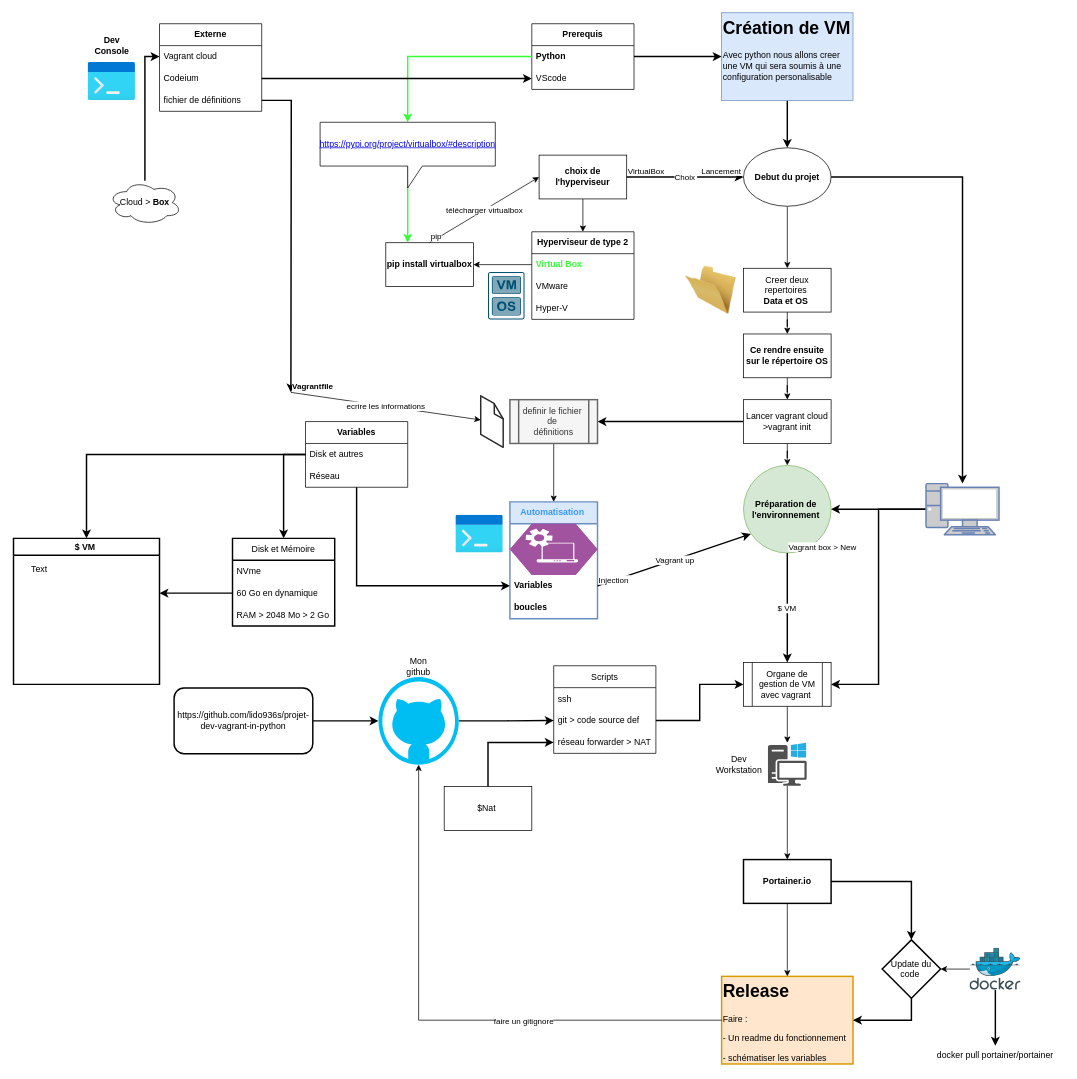
The draw.io diagram Infrastructure_Projet.drawio in lido936s/projet-dev-vagrant-in-python, before the edit. Source tidied: cells renumbered, new cells numbered last; positions are measured from the earlier drawing's top-left corner, leaving out a move shared by most shapes. Both pictures are drawn from the tidied source at 73%, with x=0, y=0 at pixel (13, 12).
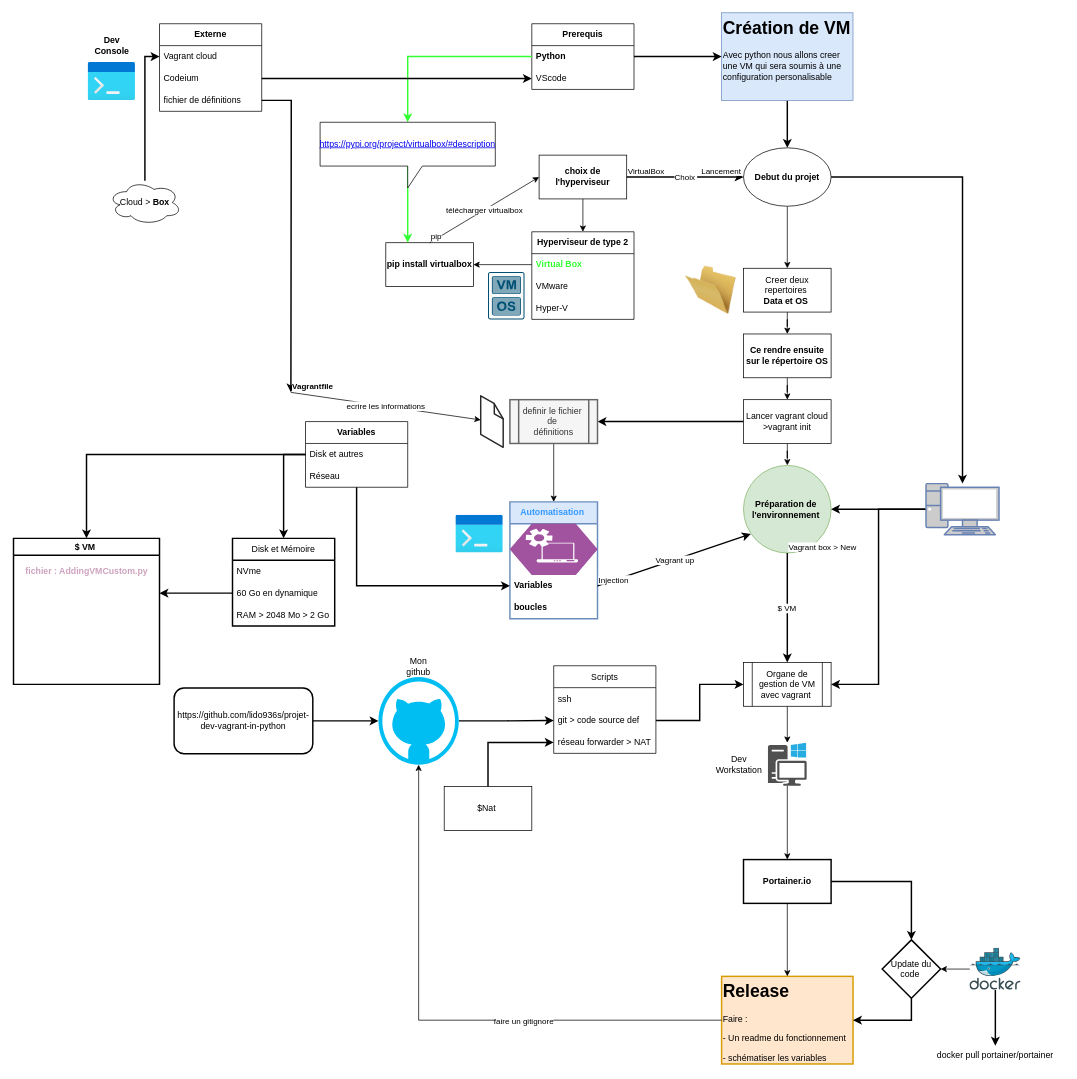
After the change.

Commit message:
Mettre à jour Infrastructure_Projet.drawio

The change refers to these unchanged cells:
```xml
<mxCell id="73" value="$ VM&amp;nbsp;" style="swimlane;whiteSpace=wrap;html=1;startSize=23;strokeWidth=2;" parent="1" vertex="1">
  <mxGeometry y="720" width="200" height="200" as="geometry" />
</mxCell>
```

Change to the diagram source:
```diff
@@
-    <mxCell id="74" value="Text" style="text;html=1;align=center;verticalAlign=middle;strokeColor=none;fillColor=none;" parent="73" vertex="1">
-      <mxGeometry x="10" y="28" width="50" height="30" as="geometry" />
+    <mxCell id="74" value="&lt;b&gt;&lt;font color=&quot;#cda2be&quot;&gt;&amp;nbsp;fichier : AddingVMCustom.py&amp;nbsp;&lt;/font&gt;&lt;/b&gt;" style="text;html=1;align=center;verticalAlign=middle;strokeColor=none;fillColor=none;" parent="73" vertex="1">
+      <mxGeometry y="30" width="200" height="30" as="geometry" />
     </mxCell>
```
